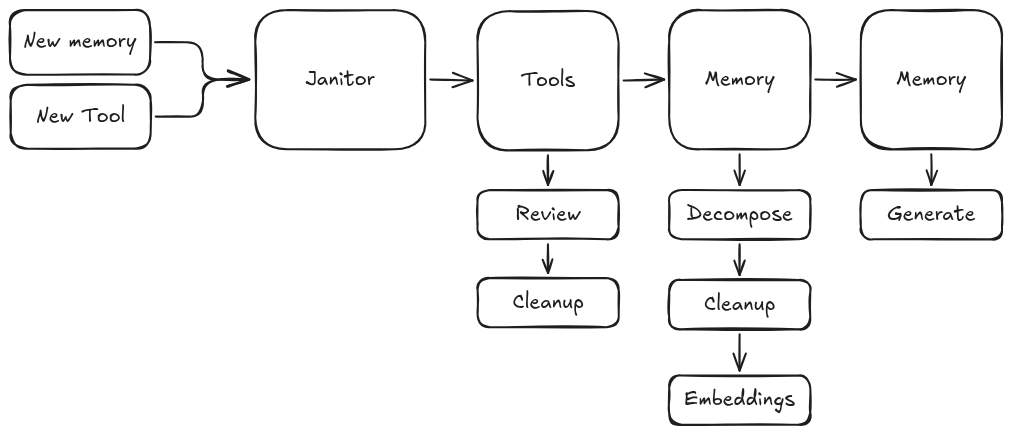
The Excalidraw diagram docs/janitor.excalidraw.png in nsg/marrow, before a commit. Source tidied: one line per element, renumbered; positions are measured from the earlier drawing's top-left corner, leaving out a move shared by most shapes.
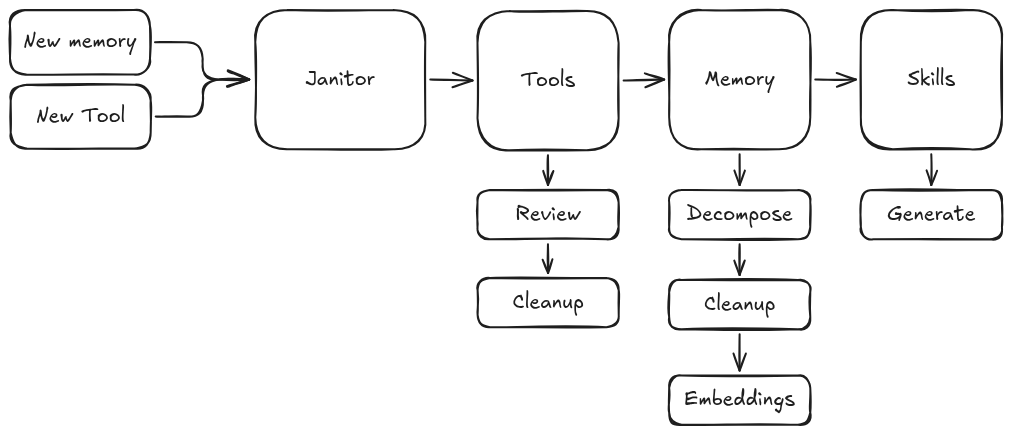
After the commit.

Commit message:
fix typo in janitor image

Change to the diagram source:
```diff
@@ -21,7 +21,7 @@
 {"id": 20, "type": "rectangle", "strokeColor": "#1e1e1e", "strokeWidth": 2, "roughness": 1, "round": true, "x": 659, "y": 366, "width": 141, "height": 49}
 {"id": 21, "type": "text", "text": "Embeddings", "strokeColor": "#1e1e1e", "strokeWidth": 2, "roughness": 1, "fontSize": 20, "fontFamily": 5, "textAlign": "center", "verticalAlign": "middle", "inside": 20, "x": 674, "y": 378, "width": 111, "height": 25}
 {"id": 22, "type": "rectangle", "strokeColor": "#1e1e1e", "strokeWidth": 2, "roughness": 1, "round": true, "x": 851, "y": 0, "width": 141, "height": 139}
-{"id": 23, "type": "text", "text": "Memory", "strokeColor": "#1e1e1e", "strokeWidth": 2, "roughness": 1, "fontSize": 20, "fontFamily": 5, "textAlign": "center", "verticalAlign": "middle", "inside": 22, "x": 886, "y": 57, "width": 70, "height": 25}
+{"id": 23, "type": "text", "text": "Skills", "strokeColor": "#1e1e1e", "strokeWidth": 2, "roughness": 1, "fontSize": 20, "fontFamily": 5, "textAlign": "center", "verticalAlign": "middle", "inside": 22, "x": 897, "y": 57, "width": 48, "height": 25}
 {"id": 24, "type": "rectangle", "strokeColor": "#1e1e1e", "strokeWidth": 2, "roughness": 1, "round": true, "x": 851, "y": 180, "width": 141, "height": 49}
 {"id": 25, "type": "text", "text": "Generate", "strokeColor": "#1e1e1e", "strokeWidth": 2, "roughness": 1, "fontSize": 20, "fontFamily": 5, "textAlign": "center", "verticalAlign": "middle", "inside": 24, "x": 877, "y": 192, "width": 88, "height": 25}
 {"id": 26, "type": "arrow", "strokeColor": "#1e1e1e", "strokeWidth": 2, "roughness": 1, "endArrowhead": "arrow", "from": 4, "to": 8, "x": 420, "y": 70, "width": 42, "height": 1, "points": [[0, 0], [42, 1]]}
```
